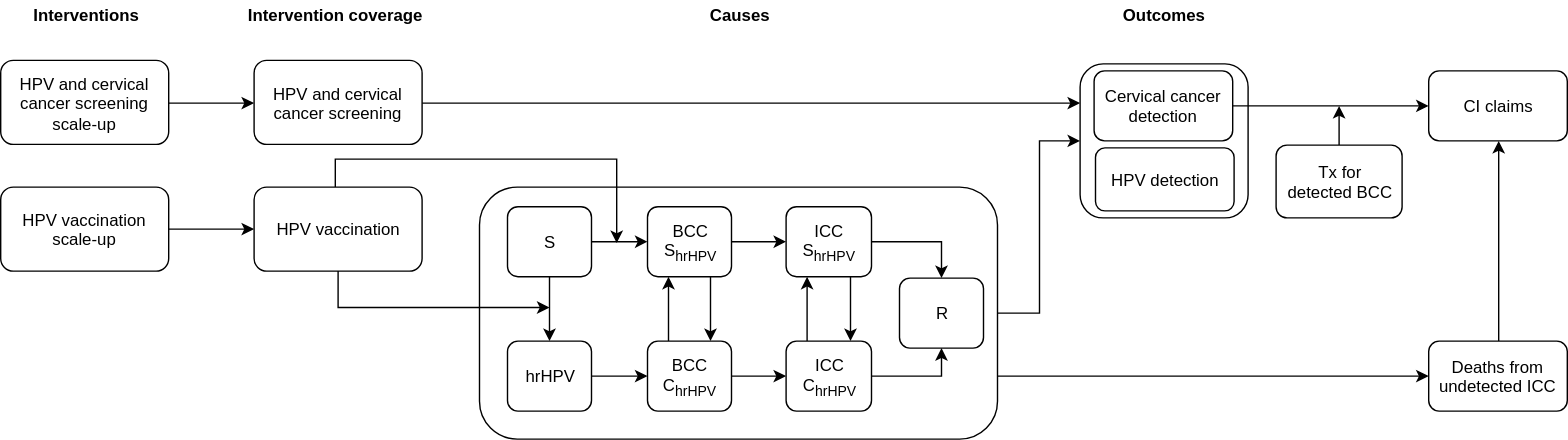
ihmeuw/vivarium_research keeps this draw.io diagram as docs/source/concept_models/vivarium_swissre_cervicalcancer/cervical_cancer_concept_model_diagram.svg. Above is the earlier version. Source tidied: cells renumbered, new cells last; positions are measured from the earlier drawing's top-left corner, leaving out a move shared by most shapes.
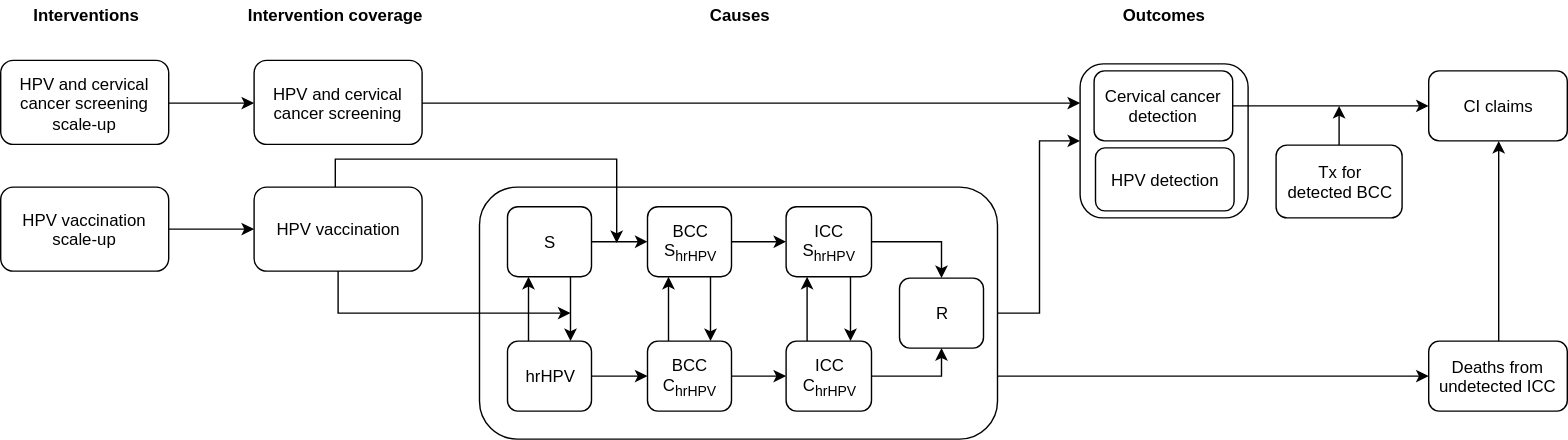
After the change.

Commit message:
update cervical cancer reference

Diff of the diagram source:
```diff
@@ -46,6 +46,9 @@
     <mxCell id="15" style="edgeStyle=orthogonalEdgeStyle;rounded=0;jettySize=auto;html=1;exitX=1;exitY=0.5;exitDx=0;exitDy=0;entryX=0;entryY=0.5;entryDx=0;entryDy=0;" parent="1" edge="1" source="16" target="40">
       <mxGeometry relative="1" as="geometry" />
     </mxCell>
+    <mxCell id="45" style="edgeStyle=orthogonalEdgeStyle;rounded=0;jettySize=auto;html=1;exitX=0.25;exitY=0;exitDx=0;exitDy=0;entryX=0.25;entryY=1;entryDx=0;entryDy=0;" parent="1" edge="1" source="16" target="34">
+      <mxGeometry relative="1" as="geometry" />
+    </mxCell>
     <mxCell id="16" value="hrHPV" style="rounded=1;whiteSpace=wrap;html=1;" parent="1" vertex="1">
       <mxGeometry x="362" y="243" width="60" height="50" as="geometry" />
     </mxCell>
@@ -89,15 +92,14 @@
         </Array>
       </mxGeometry>
     </mxCell>
-    <mxCell id="28" style="edgeStyle=orthogonalEdgeStyle;rounded=0;orthogonalLoop=1;jettySize=auto;html=1;exitX=0.5;exitY=1;exitDx=0;exitDy=0;" parent="1" edge="1">
-      <mxGeometry relative="1" as="geometry">
-        <mxPoint x="241" y="189" as="sourcePoint" />
-        <mxPoint x="392" y="219" as="targetPoint" />
-        <Array as="points">
-          <mxPoint x="241" y="219" />
-        </Array>
-      </mxGeometry>
-    </mxCell>
+    <mxCell id="46" style="edgeStyle=orthogonalEdgeStyle;rounded=0;jettySize=auto;html=1;exitX=0.5;exitY=1;exitDx=0;exitDy=0;" parent="1" edge="1" source="29">
+      <mxGeometry relative="1" as="geometry">
+        <mxPoint x="407" y="223" as="targetPoint" />
+        <Array as="points">
+          <mxPoint x="241" y="223" />
+        </Array>
+      </mxGeometry>
+    </mxCell>
     <mxCell id="29" value="&lt;span style=&quot;white-space: normal&quot;&gt;HPV vaccination&lt;/span&gt;" style="rounded=1;whiteSpace=wrap;html=1;" parent="1" vertex="1">
       <mxGeometry x="181" y="133" width="120" height="60" as="geometry" />
     </mxCell>
@@ -110,7 +112,7 @@
     <mxCell id="32" style="edgeStyle=orthogonalEdgeStyle;rounded=0;jettySize=auto;html=1;exitX=1;exitY=0.5;exitDx=0;exitDy=0;entryX=0;entryY=0.5;entryDx=0;entryDy=0;" parent="1" edge="1" source="34" target="14">
       <mxGeometry relative="1" as="geometry" />
     </mxCell>
-    <mxCell id="33" style="edgeStyle=orthogonalEdgeStyle;rounded=0;jettySize=auto;html=1;exitX=0.5;exitY=1;exitDx=0;exitDy=0;" parent="1" edge="1" source="34" target="16">
+    <mxCell id="33" style="edgeStyle=orthogonalEdgeStyle;rounded=0;jettySize=auto;html=1;exitX=0.75;exitY=1;exitDx=0;exitDy=0;entryX=0.75;entryY=0;entryDx=0;entryDy=0;" parent="1" edge="1" source="34" target="16">
       <mxGeometry relative="1" as="geometry" />
     </mxCell>
     <mxCell id="34" value="S" style="rounded=1;whiteSpace=wrap;html=1;" parent="1" vertex="1">
```
